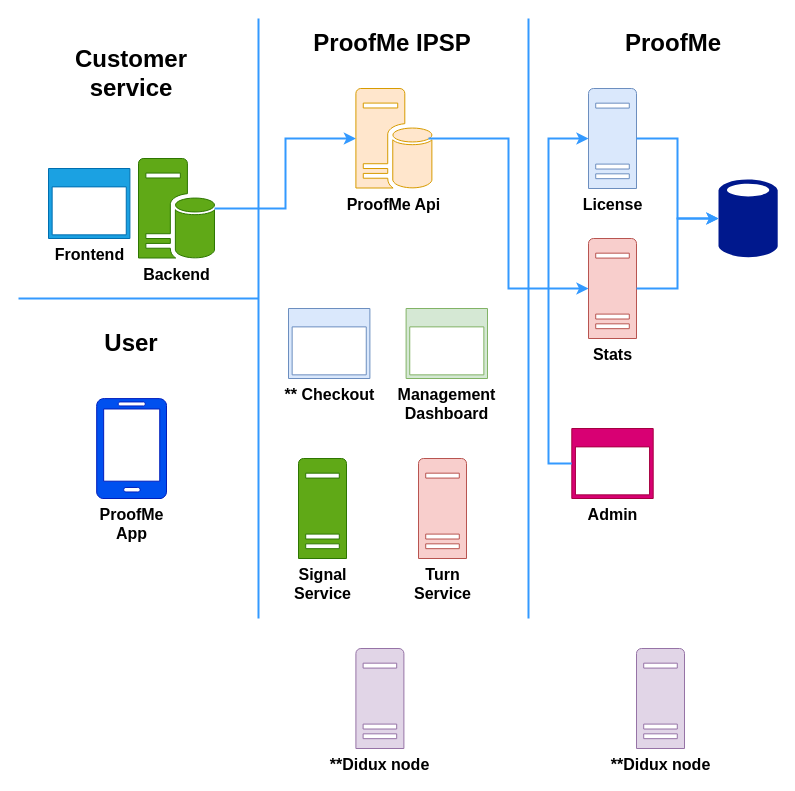
The draw.io diagram _media/IPSP-Overview.drawio in Proofme-id/Documentation, before the edit. Source tidied: cells renumbered, new cells numbered last; positions are measured from the earlier drawing's top-left corner, leaving out a move shared by most shapes. Both pictures are drawn from the tidied source at 100%, with x=0, y=0 at pixel (18, 18).
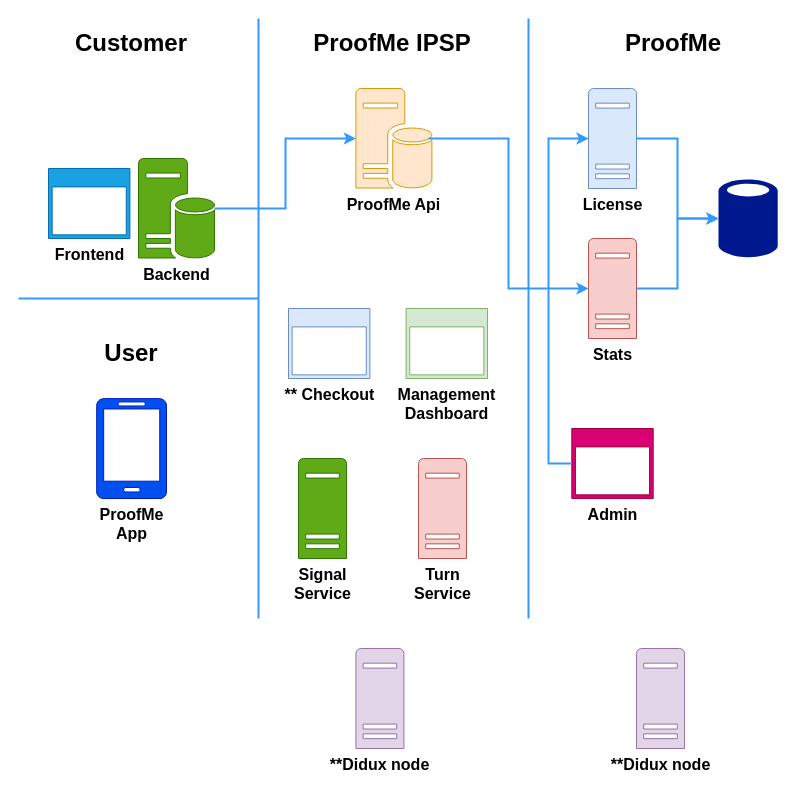
After the change.

Diff of the diagram source:
```diff
@@
-    <mxCell id="20" value="Customer service" style="text;html=1;strokeColor=none;fillColor=none;align=center;verticalAlign=middle;whiteSpace=wrap;rounded=0;fontStyle=1;fontSize=24;" parent="1" vertex="1">
-      <mxGeometry x="18" y="40" width="190" height="30" as="geometry" />
+    <mxCell id="20" value="Customer" style="text;html=1;strokeColor=none;fillColor=none;align=center;verticalAlign=middle;whiteSpace=wrap;rounded=0;fontStyle=1;fontSize=24;" parent="1" vertex="1">
+      <mxGeometry x="18" y="10" width="190" height="30" as="geometry" />
     </mxCell>
     <mxCell id="21" value="User" style="text;html=1;strokeColor=none;fillColor=none;align=center;verticalAlign=middle;whiteSpace=wrap;rounded=0;fontStyle=1;fontSize=24;" parent="1" vertex="1">
-      <mxGeometry x="18" y="310" width="190" height="30" as="geometry" />
+      <mxGeometry x="18" y="320" width="190" height="30" as="geometry" />
     </mxCell>
```
